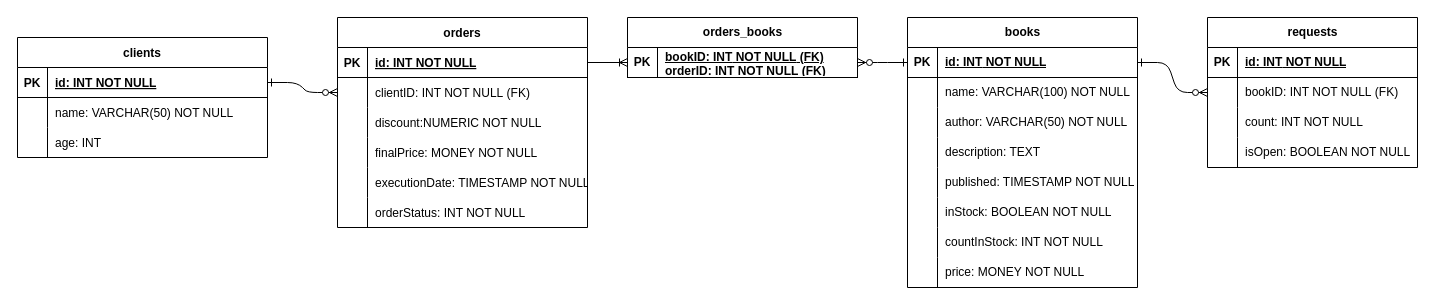
This is src/main/java/com/task_11_1/Книжный_магазин.drawio from fdlii/Tasks, a draw.io file, before an edit. Source tidied: cells renumbered, new cells numbered last; positions are measured from the earlier drawing's top-left corner, leaving out a move shared by most shapes. Both pictures are drawn from the tidied source at 100%, with x=0, y=0 at pixel (17, 17).
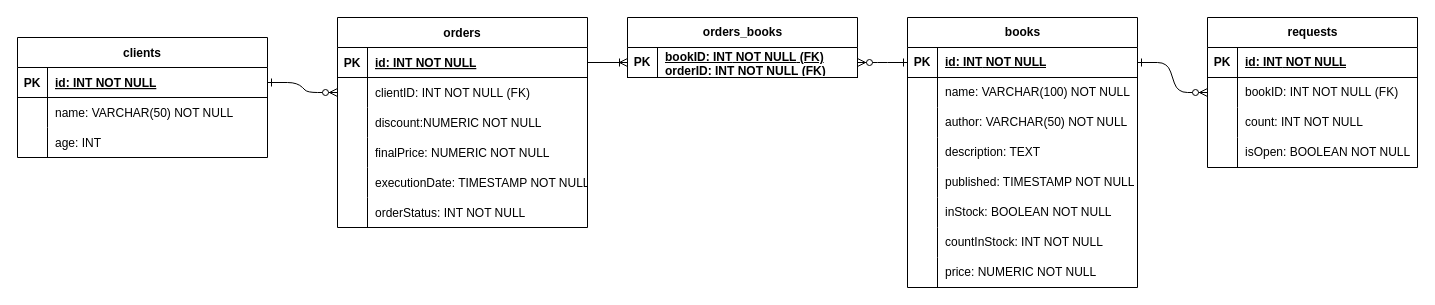
After the change.

Unchanged cells that the change refers to:
```xml
<mxCell id="13" style="shape=partialRectangle;fillColor=none;top=0;left=0;right=0;bottom=0;" parent="3" vertex="1">
  <mxGeometry y="120" width="250" height="30" as="geometry" />
</mxCell>
<mxCell id="54" style="shape=tableRow;horizontal=0;startSize=0;swimlaneHead=0;swimlaneBody=0;fillColor=none;top=0;left=0;right=0;bottom=0;" parent="32" vertex="1">
  <mxGeometry y="240" width="230" height="30" as="geometry" />
</mxCell>
```

Change to the diagram source:
```diff
@@
-    <mxCell id="15" value="finalPrice: MONEY NOT NULL" style="shape=partialRectangle;overflow=hidden;fillColor=none;top=0;left=0;bottom=0;right=0;align=left;spacingLeft=6;" parent="13" vertex="1">
+    <mxCell id="15" value="finalPrice: NUMERIC NOT NULL" style="shape=partialRectangle;overflow=hidden;fillColor=none;top=0;left=0;bottom=0;right=0;align=left;spacingLeft=6;" parent="13" vertex="1">
       <mxGeometry x="30" width="220" height="30" as="geometry" />
     </mxCell>
@@
-    <mxCell id="56" value="price: MONEY&lt;span style=&quot;text-wrap-mode: nowrap;&quot;&gt;&amp;nbsp;NOT NULL&lt;/span&gt;" style="shape=partialRectangle;fillColor=none;top=0;left=0;bottom=0;right=0;align=left;spacingLeft=6;overflow=hidden;whiteSpace=wrap;html=1;" parent="54" vertex="1">
+    <mxCell id="56" value="price: NUMERIC&lt;span style=&quot;text-wrap-mode: nowrap;&quot;&gt;&amp;nbsp;NOT NULL&lt;/span&gt;" style="shape=partialRectangle;fillColor=none;top=0;left=0;bottom=0;right=0;align=left;spacingLeft=6;overflow=hidden;whiteSpace=wrap;html=1;" parent="54" vertex="1">
       <mxGeometry x="30" width="200" height="30" as="geometry" />
     </mxCell>
```
